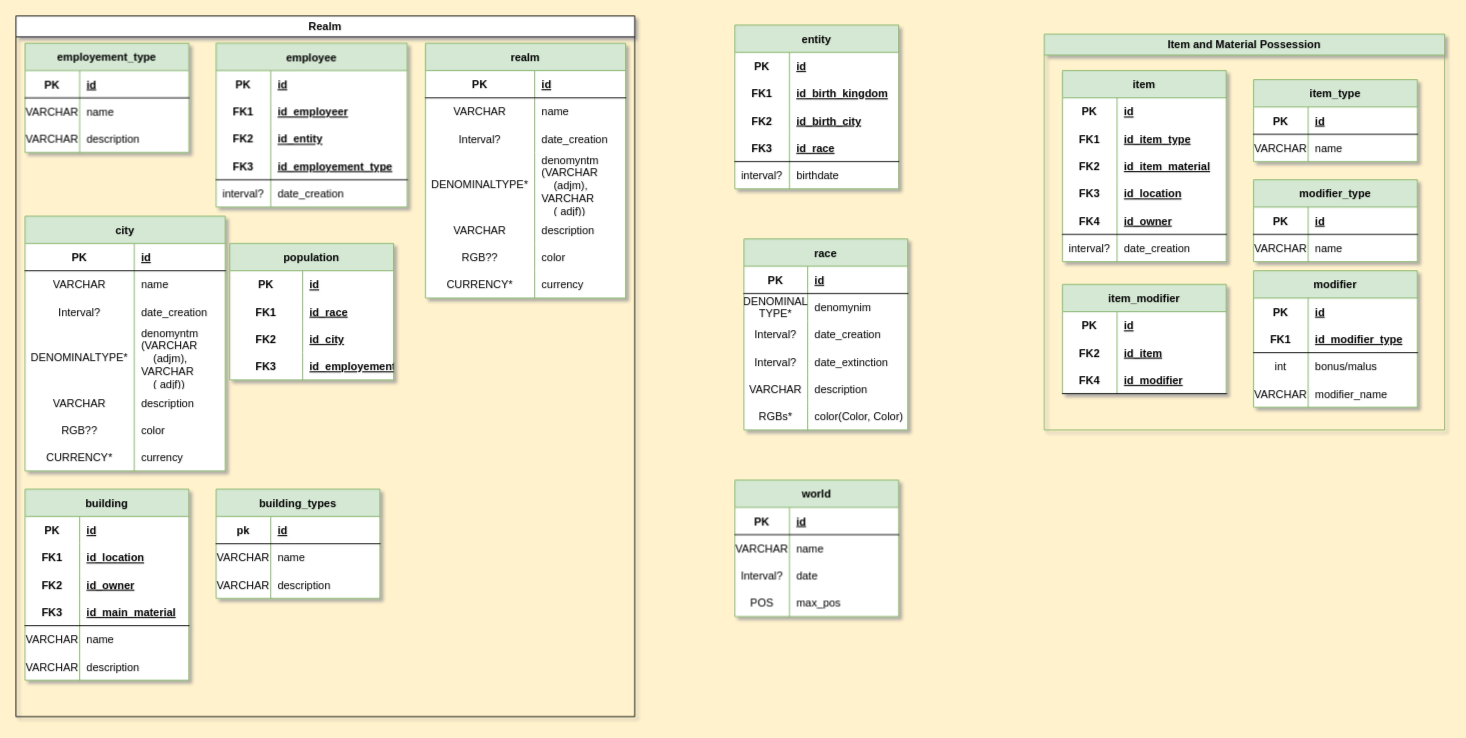
The draw.io diagram page "ER Model" (1 of 2) of Conception/model_draft.drawio in WyllasSidjeno/SRPG-Database-Manager, before the edit. Source tidied: cells renumbered, new cells numbered last; positions are measured from the earlier drawing's top-left corner, leaving out a move shared by most shapes. Both pictures are drawn from the tidied source at 91%, with x=0, y=0 at pixel (15, 15).
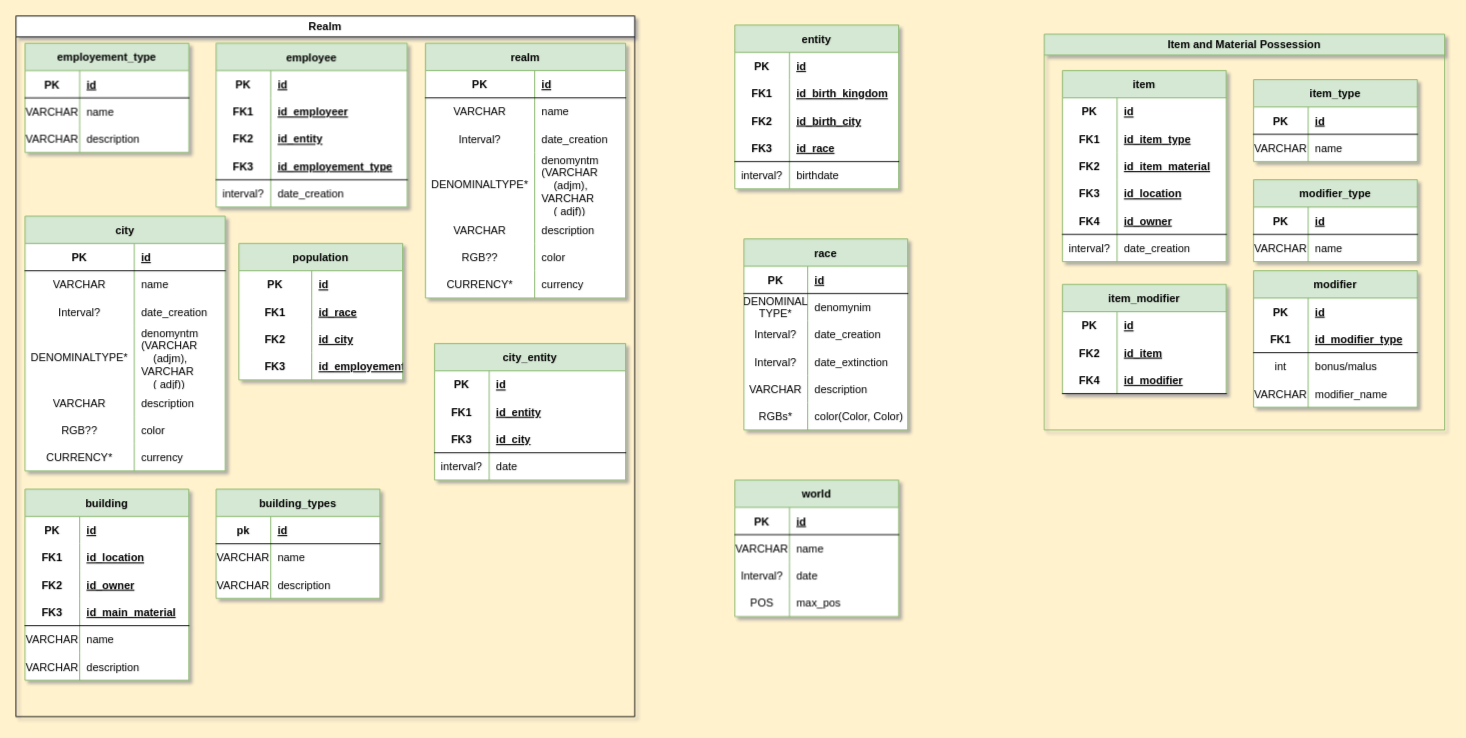
The same page after the edit.

Commit message (it also covers changes not shown here):
Added Relation Table

Unchanged cells that the change refers to:
```xml
<mxCell id="60" value="Realm" style="swimlane;whiteSpace=wrap;html=1;" parent="1" vertex="1">
  <mxGeometry width="680" height="770" as="geometry" />
</mxCell>
```

Change to the diagram source:
```diff
@@
     <mxCell id="83" value="population" style="shape=table;startSize=30;childLayout=tableLayout;rowLines=0;fontStyle=1;align=center;fillColor=#d5e8d4;strokeColor=#82b366;swimlaneFillColor=default;labelBackgroundColor=none;" parent="60" vertex="1">
-      <mxGeometry x="235" y="250" width="180" height="150" as="geometry" />
+      <mxGeometry x="245" y="250" width="180" height="150" as="geometry" />
     </mxCell>
@@
+    <mxCell id="220" value="city_entity" style="shape=table;startSize=30;childLayout=tableLayout;rowLines=0;fontStyle=1;align=center;fillColor=#d5e8d4;strokeColor=#82b366;swimlaneFillColor=default;labelBackgroundColor=none;" parent="60" vertex="1">
+      <mxGeometry x="460" y="360" width="210" height="150" as="geometry" />
+    </mxCell>
+    <mxCell id="221" style="shape=tableRow;horizontal=0;startSize=0;swimlaneHead=0;swimlaneBody=0;fillColor=none;top=0;left=0;right=0;bottom=0;" parent="220" vertex="1">
+      <mxGeometry y="30" width="210" height="30" as="geometry" />
+    </mxCell>
+    <mxCell id="222" value="PK" style="shape=partialRectangle;fillColor=none;top=0;left=0;bottom=0;right=0;fontStyle=1;overflow=hidden;" parent="221" vertex="1">
+      <mxGeometry width="60" height="30" as="geometry" />
+    </mxCell>
+    <mxCell id="223" value="id" style="shape=partialRectangle;fillColor=none;top=0;left=0;bottom=0;right=0;align=left;spacingLeft=6;fontStyle=5;overflow=hidden;" parent="221" vertex="1">
+      <mxGeometry x="60" width="150" height="30" as="geometry" />
+    </mxCell>
+    <mxCell id="224" style="shape=tableRow;horizontal=0;startSize=0;swimlaneHead=0;swimlaneBody=0;fillColor=none;top=0;left=0;right=0;bottom=0;" parent="220" vertex="1">
+      <mxGeometry y="60" width="210" height="30" as="geometry" />
+    </mxCell>
+    <mxCell id="225" value="FK1" style="shape=partialRectangle;fillColor=none;top=0;left=0;bottom=0;right=0;fontStyle=1;overflow=hidden;" parent="224" vertex="1">
+      <mxGeometry width="60" height="30" as="geometry" />
+    </mxCell>
+    <mxCell id="226" value="id_entity" style="shape=partialRectangle;fillColor=none;top=0;left=0;bottom=0;right=0;align=left;spacingLeft=6;fontStyle=5;overflow=hidden;" parent="224" vertex="1">
+      <mxGeometry x="60" width="150" height="30" as="geometry" />
+    </mxCell>
+    <mxCell id="227" style="shape=tableRow;horizontal=0;startSize=0;swimlaneHead=0;swimlaneBody=0;fillColor=none;top=0;left=0;right=0;bottom=1;" parent="220" vertex="1">
+      <mxGeometry y="90" width="210" height="30" as="geometry" />
+    </mxCell>
+    <mxCell id="228" value="FK3" style="shape=partialRectangle;fillColor=none;top=0;left=0;bottom=0;right=0;fontStyle=1;overflow=hidden;" parent="227" vertex="1">
+      <mxGeometry width="60" height="30" as="geometry" />
+    </mxCell>
+    <mxCell id="229" value="id_city" style="shape=partialRectangle;fillColor=none;top=0;left=0;bottom=0;right=0;align=left;spacingLeft=6;fontStyle=5;overflow=hidden;" parent="227" vertex="1">
+      <mxGeometry x="60" width="150" height="30" as="geometry" />
+    </mxCell>
+    <mxCell id="230" style="shape=tableRow;horizontal=0;startSize=0;swimlaneHead=0;swimlaneBody=0;fillColor=none;top=0;left=0;right=0;bottom=0;" parent="220" vertex="1">
+      <mxGeometry y="120" width="210" height="30" as="geometry" />
+    </mxCell>
+    <mxCell id="231" value="interval?" style="shape=partialRectangle;fillColor=none;top=0;left=0;bottom=0;right=0;overflow=hidden;" parent="230" vertex="1">
+      <mxGeometry width="60" height="30" as="geometry" />
+    </mxCell>
+    <mxCell id="232" value="date" style="shape=partialRectangle;fillColor=none;top=0;left=0;bottom=0;right=0;align=left;spacingLeft=6;overflow=hidden;" parent="230" vertex="1">
+      <mxGeometry x="60" width="150" height="30" as="geometry" />
+    </mxCell>
```
